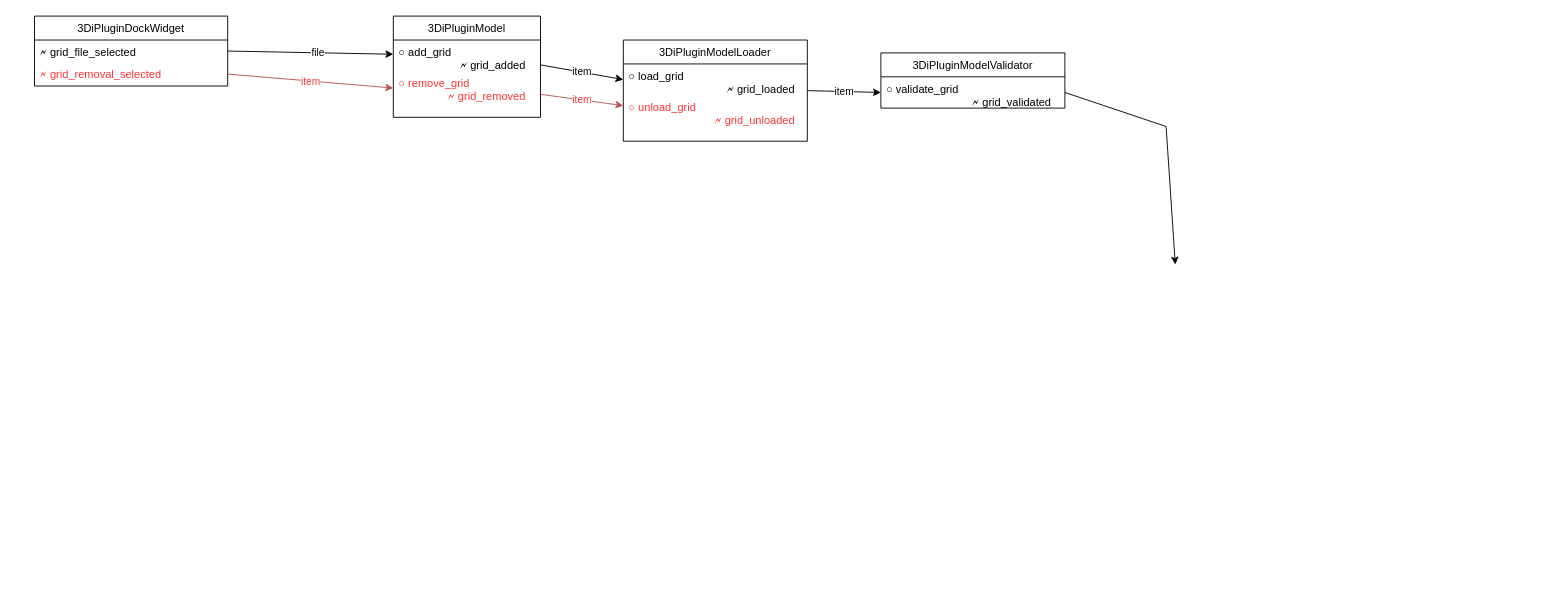
nens/threedi-results-analysis keeps this draw.io diagram as doc/signals-slots.drawio. Above is the earlier version. Source tidied: cells renumbered, new cells numbered last; positions are measured from the earlier drawing's top-left corner, leaving out a move shared by most shapes. Both pictures are drawn from the tidied source at 92%, with x=0, y=0 at pixel (34, 16).
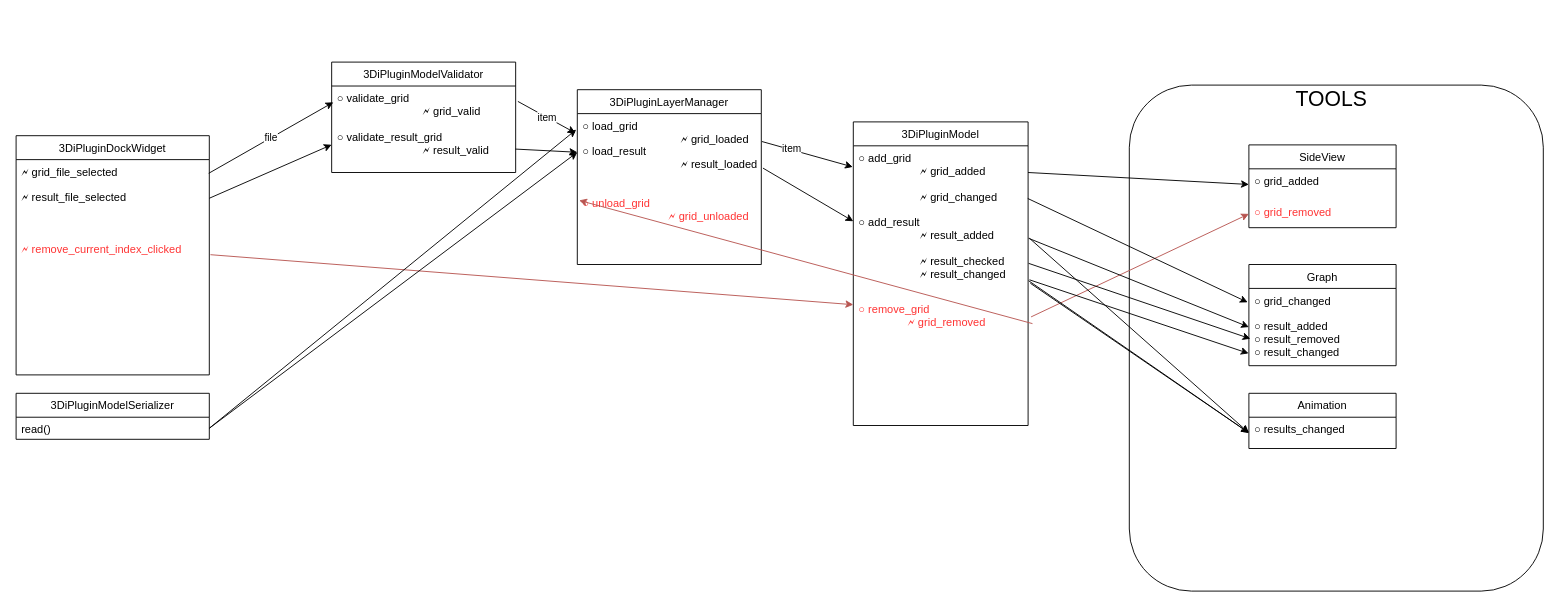
The same page after the edit.

Commit message:
WIP class/flow diagram update

The edit, as a diff of the source:
```diff
@@
+    <mxCell id="20" style="rounded=1;whiteSpace=wrap;html=1;" parent="1" vertex="1">
+      <mxGeometry x="1190" y="75" width="450" height="550" as="geometry" />
+    </mxCell>
     <mxCell id="2" value="3DiPluginDockWidget" style="swimlane;fontStyle=0;horizontal=1;startSize=26;fillColor=none;" parent="1" vertex="1">
-      <mxGeometry width="210" height="76" as="geometry" />
+      <mxGeometry x="-20" y="130" width="210" height="260" as="geometry" />
     </mxCell>
-    <mxCell id="3" value="🗲 grid_file_selected" style="text;strokeColor=none;fillColor=none;align=left;verticalAlign=top;spacingLeft=4;spacingRight=4;overflow=hidden;points=[[0,0.5],[1,0.5]];portConstraint=eastwest;" parent="2" vertex="1">
-      <mxGeometry y="26" width="210" height="24" as="geometry" />
+    <mxCell id="3" value="🗲 grid_file_selected&#10;&#10;🗲 result_file_selected&#10;" style="text;strokeColor=none;fillColor=none;align=left;verticalAlign=top;spacingLeft=4;spacingRight=4;overflow=hidden;points=[[0,0.5],[1,0.5]];portConstraint=eastwest;" parent="2" vertex="1">
+      <mxGeometry y="26" width="210" height="84" as="geometry" />
     </mxCell>
-    <mxCell id="4" value="🗲 grid_removal_selected" style="text;strokeColor=none;fillColor=none;align=left;verticalAlign=top;spacingLeft=4;spacingRight=4;overflow=hidden;points=[[0,0.5],[1,0.5]];portConstraint=eastwest;fontColor=#FF3333;" parent="2" vertex="1">
-      <mxGeometry y="50" width="210" height="26" as="geometry" />
+    <mxCell id="4" value="🗲 remove_current_index_clicked" style="text;strokeColor=none;fillColor=none;align=left;verticalAlign=top;spacingLeft=4;spacingRight=4;overflow=hidden;points=[[0,0.5],[1,0.5]];portConstraint=eastwest;fontColor=#FF3333;" parent="2" vertex="1">
+      <mxGeometry y="110" width="210" height="150" as="geometry" />
     </mxCell>
     <mxCell id="5" value="3DiPluginModel" style="swimlane;fontStyle=0;horizontal=1;startSize=26;fillColor=none;" parent="1" vertex="1">
-      <mxGeometry x="390" width="160" height="110" as="geometry" />
+      <mxGeometry x="890" y="115" width="190" height="330" as="geometry" />
     </mxCell>
-    <mxCell id="6" value="○ add_grid&#10;                    🗲 grid_added" style="text;strokeColor=none;fillColor=none;align=left;verticalAlign=top;spacingLeft=4;spacingRight=4;overflow=hidden;points=[[0,0.5],[1,0.5]];portConstraint=eastwest;" parent="5" vertex="1">
-      <mxGeometry y="26" width="160" height="34" as="geometry" />
+    <mxCell id="6" value="○ add_grid&#10;                    🗲 grid_added&#10;&#10;                    🗲 grid_changed&#10;&#10;○ add_result&#10;                    🗲 result_added&#10;&#10;                    🗲 result_checked&#10;                    🗲 result_changed&#10;" style="text;strokeColor=none;fillColor=none;align=left;verticalAlign=top;spacingLeft=4;spacingRight=4;overflow=hidden;points=[[0,0.5],[1,0.5]];portConstraint=eastwest;" parent="5" vertex="1">
+      <mxGeometry y="26" width="190" height="164" as="geometry" />
     </mxCell>
     <mxCell id="7" value="○ remove_grid&#10;                🗲 grid_removed" style="text;strokeColor=none;fillColor=none;align=left;verticalAlign=top;spacingLeft=4;spacingRight=4;overflow=hidden;points=[[0,0.5],[1,0.5]];portConstraint=eastwest;fontColor=#FF3333;" parent="5" vertex="1">
-      <mxGeometry y="60" width="160" height="50" as="geometry" />
+      <mxGeometry y="190" width="190" height="140" as="geometry" />
     </mxCell>
-    <mxCell id="8" value="item" style="endArrow=classic;html=1;rounded=0;fontColor=#FF3333;exitX=1;exitY=0.5;exitDx=0;exitDy=0;fillColor=#f8cecc;strokeColor=#b85450;" parent="1" edge="1" source="4" target="7">
-      <mxGeometry relative="1" as="geometry" />
-    </mxCell>
-    <mxCell id="9" value="3DiPluginModelLoader" style="swimlane;fontStyle=0;horizontal=1;startSize=26;fillColor=none;" parent="1" vertex="1">
-      <mxGeometry x="640" y="26" width="200" height="110" as="geometry" />
+    <mxCell id="9" value="3DiPluginLayerManager" style="swimlane;fontStyle=0;horizontal=1;startSize=26;fillColor=none;" parent="1" vertex="1">
+      <mxGeometry x="590" y="80" width="200" height="190" as="geometry" />
     </mxCell>
-    <mxCell id="10" value="○ load_grid&#10;                                🗲 grid_loaded" style="text;strokeColor=none;fillColor=none;align=left;verticalAlign=top;spacingLeft=4;spacingRight=4;overflow=hidden;points=[[0,0.5],[1,0.5]];portConstraint=eastwest;" parent="9" vertex="1">
-      <mxGeometry y="26" width="200" height="34" as="geometry" />
+    <mxCell id="10" value="○ load_grid&#10;                                🗲 grid_loaded&#10;○ load_result &#10;                                🗲 result_loaded" style="text;strokeColor=none;fillColor=none;align=left;verticalAlign=top;spacingLeft=4;spacingRight=4;overflow=hidden;points=[[0,0.5],[1,0.5]];portConstraint=eastwest;" parent="9" vertex="1">
+      <mxGeometry y="26" width="200" height="84" as="geometry" />
     </mxCell>
     <mxCell id="11" value="○ unload_grid&#10;                            🗲 grid_unloaded" style="text;strokeColor=none;fillColor=none;align=left;verticalAlign=top;spacingLeft=4;spacingRight=4;overflow=hidden;points=[[0,0.5],[1,0.5]];portConstraint=eastwest;fontColor=#FF3333;" parent="9" vertex="1">
-      <mxGeometry y="60" width="200" height="50" as="geometry" />
+      <mxGeometry y="110" width="200" height="80" as="geometry" />
     </mxCell>
-    <mxCell id="12" value="item" style="endArrow=classic;html=1;rounded=0;fontColor=#FF3333;exitX=1;exitY=0.5;exitDx=0;exitDy=0;fillColor=#f8cecc;strokeColor=#b85450;" parent="1" edge="1" source="7" target="11">
-      <mxGeometry relative="1" as="geometry" />
-    </mxCell>
-    <mxCell id="13" style="endArrow=classic;html=1;rounded=0;fontColor=#FF3333;exitX=1;exitY=0.5;exitDx=0;exitDy=0;" parent="1" edge="1" source="3" target="6">
-      <mxGeometry relative="1" as="geometry" />
-    </mxCell>
-    <mxCell id="14" value="file" style="edgeLabel;html=1;align=center;verticalAlign=middle;fontColor=#000000;" parent="13" vertex="1">
-      <mxGeometry x="0.09" relative="1" as="geometry" />
-    </mxCell>
-    <mxCell id="15" value="item" style="endArrow=classic;html=1;rounded=0;fontColor=#000000;exitX=1;exitY=0.794;exitDx=0;exitDy=0;entryX=0;entryY=0.5;entryDx=0;entryDy=0;exitPerimeter=0;" parent="1" edge="1" source="6" target="10">
-      <mxGeometry relative="1" as="geometry" />
-    </mxCell>
     <mxCell id="16" value="3DiPluginModelValidator" style="swimlane;fontStyle=0;horizontal=1;startSize=26;fillColor=none;" parent="1" vertex="1">
-      <mxGeometry x="920" y="40" width="200" height="60" as="geometry" />
+      <mxGeometry x="323" y="50" width="200" height="120" as="geometry" />
     </mxCell>
-    <mxCell id="17" value="○ validate_grid&#10;                            🗲 grid_validated" style="text;strokeColor=none;fillColor=none;align=left;verticalAlign=top;spacingLeft=4;spacingRight=4;overflow=hidden;points=[[0,0.5],[1,0.5]];portConstraint=eastwest;" parent="16" vertex="1">
-      <mxGeometry y="26" width="200" height="34" as="geometry" />
+    <mxCell id="17" value="○ validate_grid&#10;                            🗲 grid_valid&#10;&#10;○ validate_result_grid&#10;                            🗲 result_valid" style="text;strokeColor=none;fillColor=none;align=left;verticalAlign=top;spacingLeft=4;spacingRight=4;overflow=hidden;points=[[0,0.5],[1,0.5]];portConstraint=eastwest;" parent="16" vertex="1">
+      <mxGeometry y="26" width="200" height="94" as="geometry" />
     </mxCell>
-    <mxCell id="18" value="item" style="endArrow=classic;html=1;rounded=0;fontColor=#000000;exitX=1;exitY=0.853;exitDx=0;exitDy=0;entryX=0;entryY=0.5;entryDx=0;entryDy=0;exitPerimeter=0;" parent="1" edge="1" source="10" target="17">
-      <mxGeometry relative="1" as="geometry" />
-    </mxCell>
-    <mxCell id="19" style="endArrow=classic;html=1;rounded=0;fontColor=#000000;exitX=1;exitY=0.5;exitDx=0;exitDy=0;" parent="1" edge="1" source="17">
-      <mxGeometry relative="1" as="geometry">
-        <mxPoint x="1240" y="270" as="targetPoint" />
-        <Array as="points">
-          <mxPoint x="1230" y="120" />
-        </Array>
-      </mxGeometry>
-    </mxCell>
+    <mxCell id="14" value="file" style="endArrow=classic;html=1;rounded=0;exitX=0.997;exitY=0.177;exitDx=0;exitDy=0;entryX=0.009;entryY=0.188;entryDx=0;entryDy=0;exitPerimeter=0;entryPerimeter=0;" parent="1" edge="1" source="3" target="17">
+      <mxGeometry relative="1" as="geometry" />
+    </mxCell>
+    <mxCell id="21" value="item" style="endArrow=classic;html=1;rounded=0;entryX=-0.01;entryY=0.251;entryDx=0;entryDy=0;exitX=1.012;exitY=0.178;exitDx=0;exitDy=0;exitPerimeter=0;entryPerimeter=0;" parent="1" edge="1" source="17" target="10">
+      <mxGeometry relative="1" as="geometry" />
+    </mxCell>
+    <mxCell id="22" style="endArrow=classic;html=1;rounded=0;exitX=1.003;exitY=0.361;exitDx=0;exitDy=0;exitPerimeter=0;entryX=-0.003;entryY=0.14;entryDx=0;entryDy=0;entryPerimeter=0;" parent="1" edge="1" source="10" target="6">
+      <mxGeometry relative="1" as="geometry" />
+    </mxCell>
+    <mxCell id="23" value="item" style="edgeLabel;html=1;align=center;verticalAlign=middle;" parent="22" vertex="1">
+      <mxGeometry x="-0.35" y="2" relative="1" as="geometry" />
+    </mxCell>
+    <mxCell id="24" value="SideView" style="swimlane;fontStyle=0;horizontal=1;startSize=26;fillColor=none;" parent="1" vertex="1">
+      <mxGeometry x="1320" y="140" width="160" height="90" as="geometry" />
+    </mxCell>
+    <mxCell id="25" value="○ grid_added&#10;                    " style="text;strokeColor=none;fillColor=none;align=left;verticalAlign=top;spacingLeft=4;spacingRight=4;overflow=hidden;points=[[0,0.5],[1,0.5]];portConstraint=eastwest;" parent="24" vertex="1">
+      <mxGeometry y="26" width="160" height="34" as="geometry" />
+    </mxCell>
+    <mxCell id="26" value="○ grid_removed&#10;                " style="text;strokeColor=none;fillColor=none;align=left;verticalAlign=top;spacingLeft=4;spacingRight=4;overflow=hidden;points=[[0,0.5],[1,0.5]];portConstraint=eastwest;fontColor=#FF3333;" parent="24" vertex="1">
+      <mxGeometry y="60" width="160" height="30" as="geometry" />
+    </mxCell>
+    <mxCell id="27" value="TOOLS" style="text;html=1;strokeColor=none;fillColor=none;align=center;verticalAlign=middle;whiteSpace=wrap;rounded=0;fontSize=23;" parent="1" vertex="1">
+      <mxGeometry x="1380" y="75" width="60" height="30" as="geometry" />
+    </mxCell>
+    <mxCell id="28" style="endArrow=classic;html=1;rounded=0;fontSize=23;entryX=0;entryY=0.5;entryDx=0;entryDy=0;" parent="1" edge="1" target="25">
+      <mxGeometry relative="1" as="geometry">
+        <mxPoint x="1080" y="170" as="sourcePoint" />
+      </mxGeometry>
+    </mxCell>
+    <mxCell id="29" style="endArrow=classic;html=1;rounded=0;fontSize=23;exitX=1.017;exitY=0.157;exitDx=0;exitDy=0;fillColor=#f8cecc;strokeColor=#b85450;exitPerimeter=0;entryX=0;entryY=0.5;entryDx=0;entryDy=0;" parent="1" edge="1" source="7" target="26">
+      <mxGeometry relative="1" as="geometry" />
+    </mxCell>
+    <mxCell id="30" value="Graph" style="swimlane;fontStyle=0;horizontal=1;startSize=26;fillColor=none;" parent="1" vertex="1">
+      <mxGeometry x="1320" y="270" width="160" height="110" as="geometry" />
+    </mxCell>
+    <mxCell id="31" value="○ grid_changed&#10;&#10;○ result_added&#10;○ result_removed&#10;○ result_changed&#10;&#10;                    " style="text;strokeColor=none;fillColor=none;align=left;verticalAlign=top;spacingLeft=4;spacingRight=4;overflow=hidden;points=[[0,0.5],[1,0.5]];portConstraint=eastwest;" parent="30" vertex="1">
+      <mxGeometry y="26" width="160" height="84" as="geometry" />
+    </mxCell>
+    <mxCell id="32" style="endArrow=classic;html=1;rounded=0;fontSize=23;exitX=0.998;exitY=0.349;exitDx=0;exitDy=0;entryX=-0.008;entryY=0.18;entryDx=0;entryDy=0;exitPerimeter=0;entryPerimeter=0;" parent="1" edge="1" source="6" target="31">
+      <mxGeometry relative="1" as="geometry" />
+    </mxCell>
+    <mxCell id="8" style="endArrow=classic;html=1;rounded=0;fontSize=23;exitX=1.006;exitY=0.129;exitDx=0;exitDy=0;entryX=0;entryY=0.062;entryDx=0;entryDy=0;entryPerimeter=0;fillColor=#f8cecc;strokeColor=#b85450;exitPerimeter=0;" parent="1" edge="1" source="4" target="7">
+      <mxGeometry relative="1" as="geometry" />
+    </mxCell>
+    <mxCell id="12" style="endArrow=classic;html=1;rounded=0;fontSize=23;exitX=1.025;exitY=0.209;exitDx=0;exitDy=0;exitPerimeter=0;entryX=0.01;entryY=0.129;entryDx=0;entryDy=0;entryPerimeter=0;fillColor=#f8cecc;strokeColor=#b85450;" parent="1" edge="1" source="7" target="11">
+      <mxGeometry relative="1" as="geometry" />
+    </mxCell>
+    <mxCell id="33" value="3DiPluginModelSerializer" style="swimlane;fontStyle=0;horizontal=1;startSize=26;fillColor=none;" parent="1" vertex="1">
+      <mxGeometry x="-20" y="410" width="210" height="50" as="geometry" />
+    </mxCell>
+    <mxCell id="34" value="read()" style="text;strokeColor=none;fillColor=none;align=left;verticalAlign=top;spacingLeft=4;spacingRight=4;overflow=hidden;points=[[0,0.5],[1,0.5]];portConstraint=eastwest;" parent="33" vertex="1">
+      <mxGeometry y="26" width="210" height="24" as="geometry" />
+    </mxCell>
+    <mxCell id="35" style="endArrow=classic;html=1;rounded=0;fontSize=22;exitX=1;exitY=0.5;exitDx=0;exitDy=0;entryX=-0.006;entryY=0.207;entryDx=0;entryDy=0;entryPerimeter=0;" parent="1" edge="1" source="34" target="10">
+      <mxGeometry relative="1" as="geometry" />
+    </mxCell>
+    <mxCell id="36" style="endArrow=classic;html=1;rounded=0;fontSize=21;exitX=1;exitY=0.5;exitDx=0;exitDy=0;entryX=0;entryY=0.679;entryDx=0;entryDy=0;entryPerimeter=0;" parent="1" edge="1" source="3" target="17">
+      <mxGeometry relative="1" as="geometry" />
+    </mxCell>
+    <mxCell id="37" style="endArrow=classic;html=1;rounded=0;fontSize=21;exitX=0.998;exitY=0.729;exitDx=0;exitDy=0;exitPerimeter=0;entryX=0;entryY=0.5;entryDx=0;entryDy=0;" parent="1" edge="1" source="17" target="10">
+      <mxGeometry relative="1" as="geometry" />
+    </mxCell>
+    <mxCell id="38" style="endArrow=classic;html=1;rounded=0;fontSize=21;exitX=1;exitY=0.5;exitDx=0;exitDy=0;entryX=0;entryY=0.5;entryDx=0;entryDy=0;" parent="1" edge="1" source="34" target="10">
+      <mxGeometry relative="1" as="geometry" />
+    </mxCell>
+    <mxCell id="39" style="endArrow=classic;html=1;rounded=0;fontSize=21;exitX=1.009;exitY=0.705;exitDx=0;exitDy=0;exitPerimeter=0;entryX=0;entryY=0.5;entryDx=0;entryDy=0;" parent="1" edge="1" source="10" target="6">
+      <mxGeometry relative="1" as="geometry" />
+    </mxCell>
+    <mxCell id="40" value="Animation" style="swimlane;fontStyle=0;horizontal=1;startSize=26;fillColor=none;" parent="1" vertex="1">
+      <mxGeometry x="1320" y="410" width="160" height="60" as="geometry" />
+    </mxCell>
+    <mxCell id="41" value="○ results_changed&#10;                   " style="text;strokeColor=none;fillColor=none;align=left;verticalAlign=top;spacingLeft=4;spacingRight=4;overflow=hidden;points=[[0,0.5],[1,0.5]];portConstraint=eastwest;" parent="40" vertex="1">
+      <mxGeometry y="26" width="160" height="34" as="geometry" />
+    </mxCell>
+    <mxCell id="42" style="endArrow=classic;html=1;rounded=0;fontSize=21;exitX=1.008;exitY=0.888;exitDx=0;exitDy=0;exitPerimeter=0;entryX=-0.002;entryY=0.841;entryDx=0;entryDy=0;entryPerimeter=0;" parent="1" edge="1" source="6" target="31">
+      <mxGeometry relative="1" as="geometry" />
+    </mxCell>
+    <mxCell id="43" style="endArrow=classic;html=1;rounded=0;fontSize=21;exitX=1.003;exitY=0.779;exitDx=0;exitDy=0;exitPerimeter=0;entryX=0.01;entryY=0.651;entryDx=0;entryDy=0;entryPerimeter=0;" parent="1" edge="1" source="6" target="31">
+      <mxGeometry relative="1" as="geometry" />
+    </mxCell>
+    <mxCell id="44" style="endArrow=classic;html=1;rounded=0;fontSize=21;exitX=1.003;exitY=0.613;exitDx=0;exitDy=0;exitPerimeter=0;entryX=0;entryY=0.5;entryDx=0;entryDy=0;" parent="1" edge="1" source="6" target="31">
+      <mxGeometry relative="1" as="geometry" />
+    </mxCell>
+    <mxCell id="45" style="endArrow=classic;html=1;rounded=0;fontSize=21;exitX=1.008;exitY=0.613;exitDx=0;exitDy=0;exitPerimeter=0;entryX=0;entryY=0.5;entryDx=0;entryDy=0;" parent="1" edge="1" source="6" target="41">
+      <mxGeometry relative="1" as="geometry" />
+    </mxCell>
+    <mxCell id="46" style="endArrow=classic;html=1;rounded=0;fontSize=21;exitX=1.003;exitY=0.894;exitDx=0;exitDy=0;exitPerimeter=0;entryX=0;entryY=0.5;entryDx=0;entryDy=0;" parent="1" edge="1" source="6" target="41">
+      <mxGeometry relative="1" as="geometry" />
+    </mxCell>
+    <mxCell id="47" style="endArrow=classic;html=1;rounded=0;fontSize=21;exitX=1.013;exitY=0.911;exitDx=0;exitDy=0;exitPerimeter=0;entryX=0;entryY=0.5;entryDx=0;entryDy=0;" parent="1" edge="1" source="6" target="41">
+      <mxGeometry relative="1" as="geometry" />
+    </mxCell>
```
